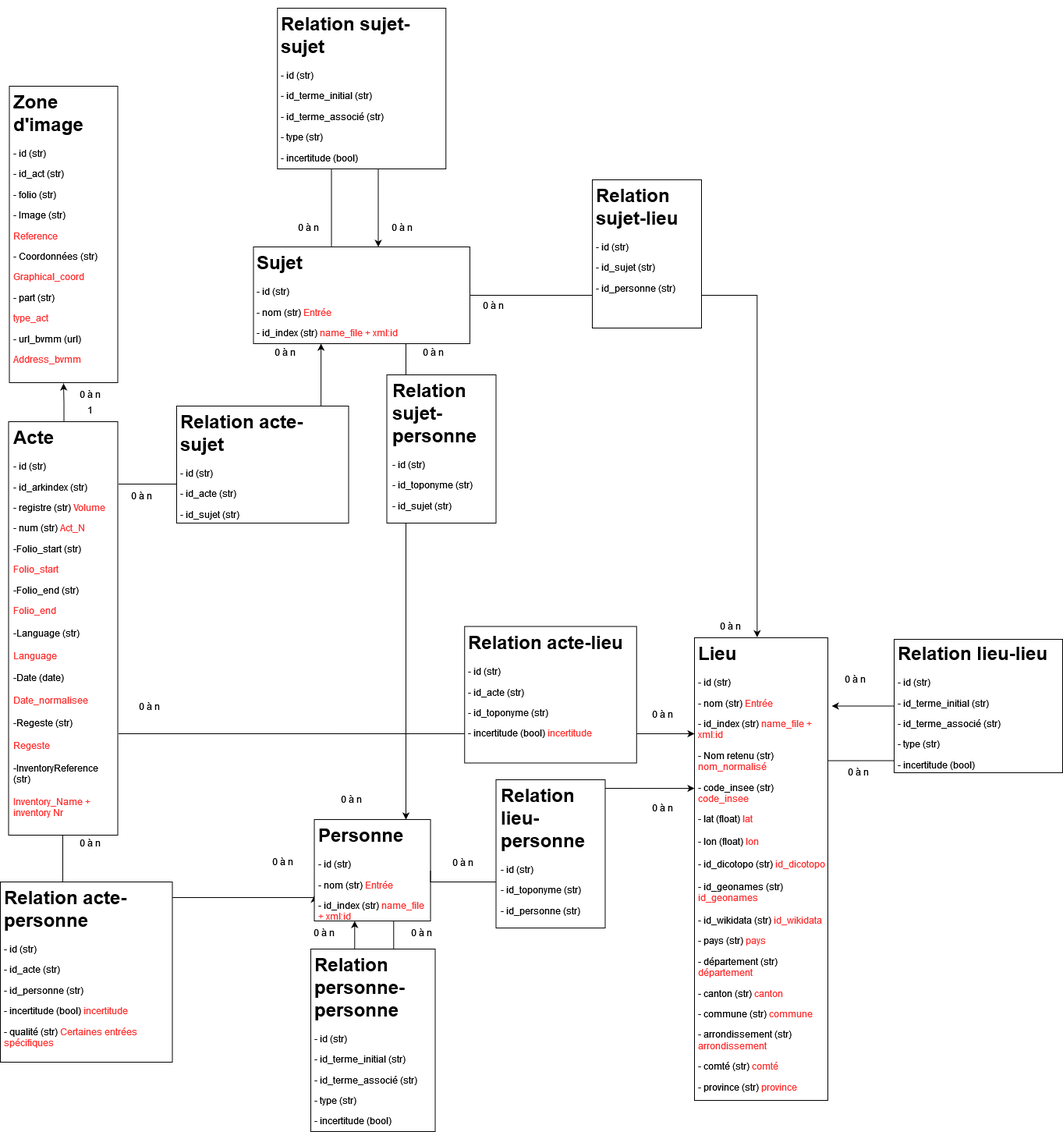
Before: Images/modele_bd.png, a diagram exported from draw.io (virgile-reignier/Memoire-TNAH-2022-Reignier). Source tidied: cells renumbered, new cells last; positions are measured from the earlier drawing's top-left corner, leaving out a move shared by most shapes.
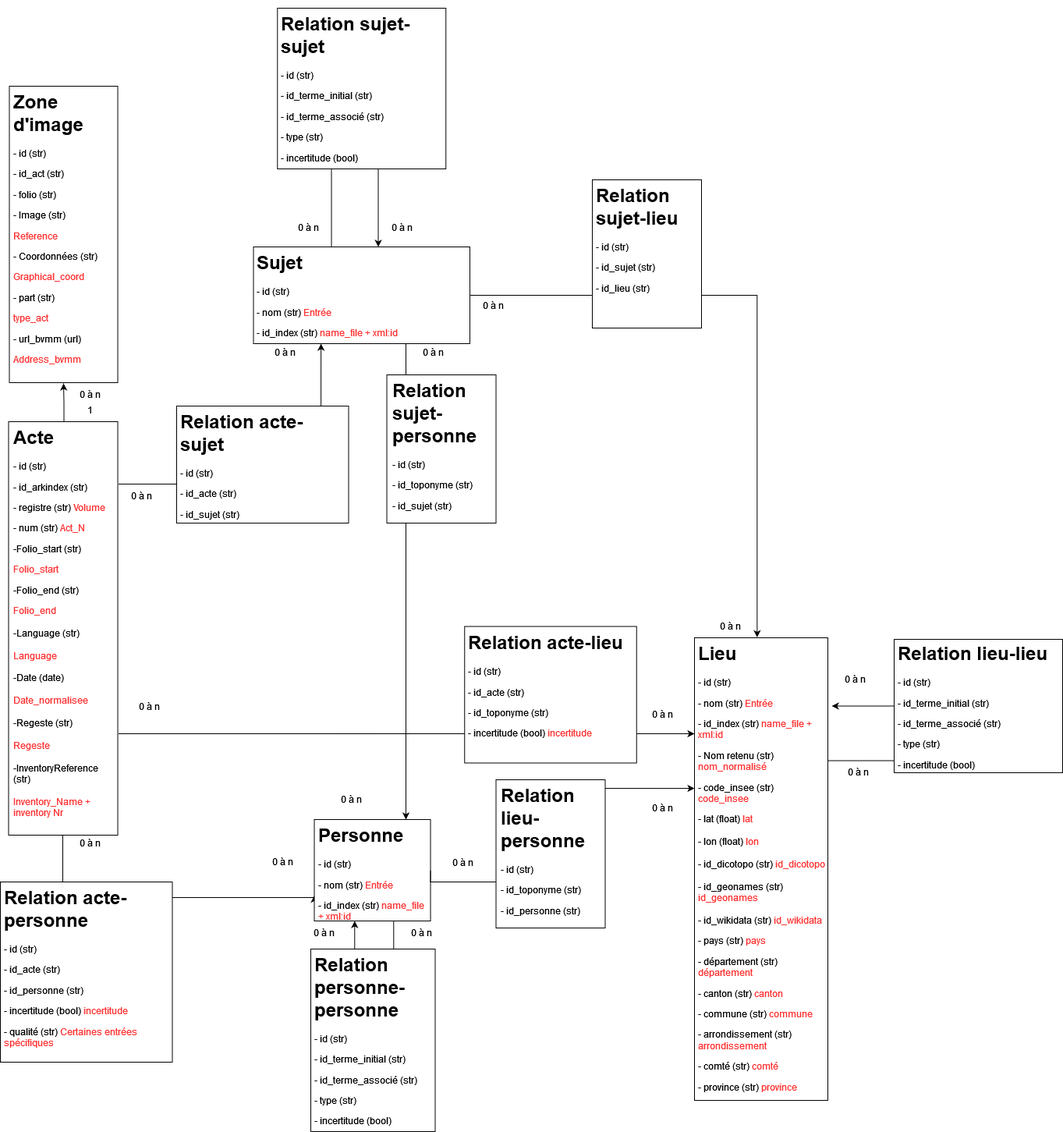
The same diagram one commit later.

Diff of the diagram source:
```diff
@@ -173,7 +173,7 @@
     <mxCell id="42" style="rounded=0;whiteSpace=wrap;html=1;" parent="1" vertex="1">
       <mxGeometry x="759" y="220" width="140" height="190" as="geometry" />
     </mxCell>
-    <mxCell id="43" value="&lt;h1&gt;Relation sujet-lieu&lt;br&gt;&lt;/h1&gt;&lt;p&gt;- id (str)&lt;br&gt;&lt;/p&gt;&lt;p&gt;- id_sujet (str)&lt;br&gt;&lt;/p&gt;&lt;p&gt;- id_personne (str)&lt;/p&gt;" style="text;html=1;strokeColor=none;fillColor=none;spacing=5;spacingTop=-20;whiteSpace=wrap;overflow=hidden;rounded=0;" parent="1" vertex="1">
+    <mxCell id="43" value="&lt;h1&gt;Relation sujet-lieu&lt;br&gt;&lt;/h1&gt;&lt;p&gt;- id (str)&lt;br&gt;&lt;/p&gt;&lt;p&gt;- id_sujet (str)&lt;br&gt;&lt;/p&gt;&lt;p&gt;- id_lieu (str)&lt;/p&gt;" style="text;html=1;strokeColor=none;fillColor=none;spacing=5;spacingTop=-20;whiteSpace=wrap;overflow=hidden;rounded=0;" parent="1" vertex="1">
       <mxGeometry x="759" y="220" width="139" height="190" as="geometry" />
     </mxCell>
     <mxCell id="44" value="0 à n" style="text;html=1;strokeColor=none;fillColor=none;align=center;verticalAlign=middle;whiteSpace=wrap;rounded=0;" parent="1" vertex="1">
```
